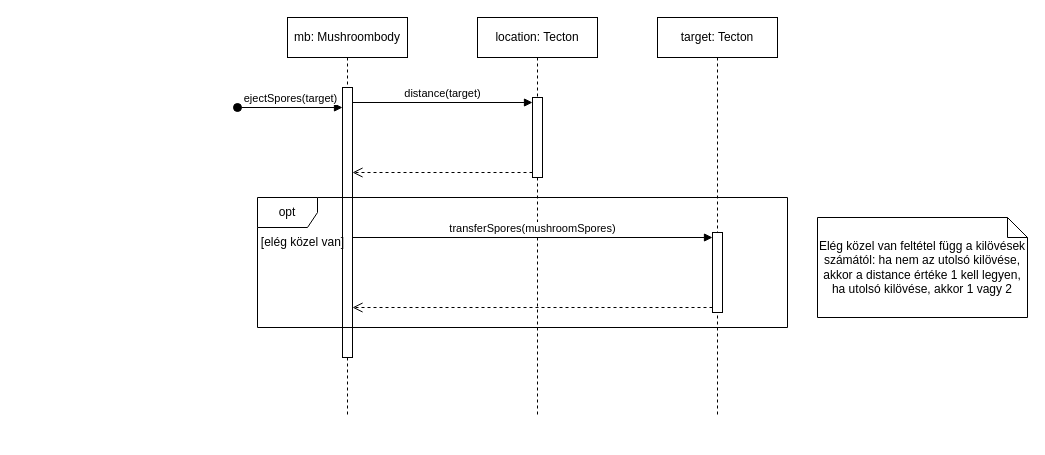
Before: page "MushroomBodyEject" (4 of 12) of Szekvencia_Diagrammok.drawio in koharzsombor/bandITs, a draw.io diagram. Source tidied: cells renumbered, new cells numbered last; positions are measured from the earlier drawing's top-left corner, leaving out a move shared by most shapes. Both pictures are drawn from the tidied source at 100%, with x=0, y=0 at pixel (237, 17).
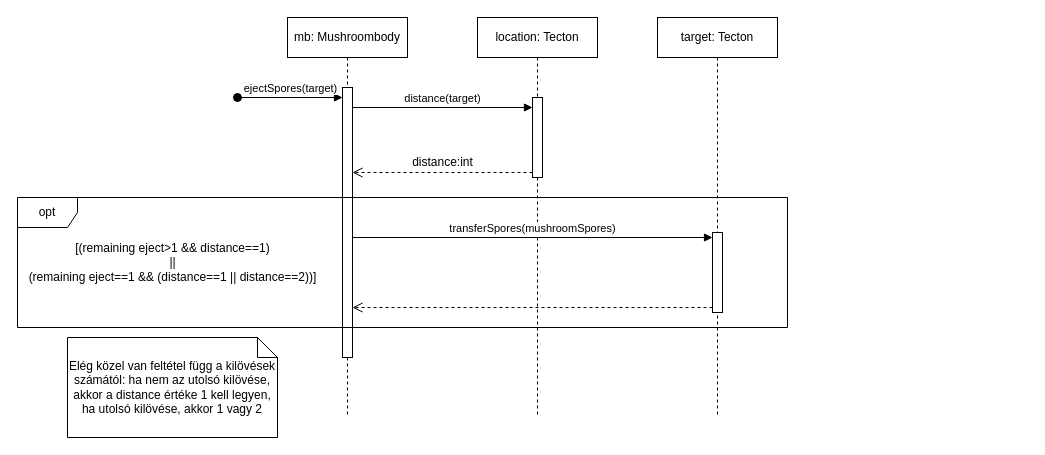
After the change.

The edit, as a diff of the source:
```diff
@@
 <mxGraphModel>
   <root>
     <mxCell id="0" />
     <mxCell id="1" parent="0" />
     <mxCell id="2" value="mb: Mushroombody" style="shape=umlLifeline;perimeter=lifelinePerimeter;whiteSpace=wrap;html=1;newEdgeStyle={&quot;curved&quot;:0,&quot;rounded&quot;:0};" parent="1" vertex="1">
       <mxGeometry x="50" width="120" height="400" as="geometry" />
     </mxCell>
     <mxCell id="3" style="html=1;points=[[0,0,0,0,5],[0,1,0,0,-5],[1,0,0,0,5],[1,1,0,0,-5]];perimeter=orthogonalPerimeter;outlineConnect=0;targetShapes=umlLifeline;portConstraint=eastwest;newEdgeStyle={&quot;curved&quot;:0,&quot;rounded&quot;:0};" parent="2" vertex="1">
       <mxGeometry x="55" y="70" width="10" height="270" as="geometry" />
     </mxCell>
     <mxCell id="4" value="target: Tecton" style="shape=umlLifeline;perimeter=lifelinePerimeter;whiteSpace=wrap;html=1;newEdgeStyle={&quot;curved&quot;:0,&quot;rounded&quot;:0};" parent="1" vertex="1">
       <mxGeometry x="420" width="120" height="400" as="geometry" />
     </mxCell>
     <mxCell id="5" value="location: Tecton" style="shape=umlLifeline;perimeter=lifelinePerimeter;whiteSpace=wrap;html=1;newEdgeStyle={&quot;curved&quot;:0,&quot;rounded&quot;:0};" parent="1" vertex="1">
       <mxGeometry x="240" width="120" height="400" as="geometry" />
     </mxCell>
     <mxCell id="6" style="html=1;points=[[0,0,0,0,5],[0,1,0,0,-5],[1,0,0,0,5],[1,1,0,0,-5]];perimeter=orthogonalPerimeter;outlineConnect=0;targetShapes=umlLifeline;portConstraint=eastwest;newEdgeStyle={&quot;curved&quot;:0,&quot;rounded&quot;:0};" parent="5" vertex="1">
       <mxGeometry x="55" y="80" width="10" height="80" as="geometry" />
     </mxCell>
-    <mxCell id="7" value="distance(target)" style="html=1;verticalAlign=bottom;endArrow=block;curved=0;rounded=0;entryX=0;entryY=0;entryDx=0;entryDy=5;" parent="1" edge="1" source="3" target="6">
-      <mxGeometry relative="1" as="geometry" />
+    <mxCell id="7" value="distance(target)" style="html=1;verticalAlign=bottom;endArrow=block;curved=0;rounded=0;entryX=0;entryY=0;entryDx=0;entryDy=5;" parent="1" edge="1">
+      <mxGeometry relative="1" as="geometry">
+        <mxPoint x="115" y="90" as="sourcePoint" />
+        <mxPoint x="295" y="90" as="targetPoint" />
+      </mxGeometry>
     </mxCell>
     <mxCell id="8" style="html=1;verticalAlign=bottom;endArrow=open;dashed=1;endSize=8;curved=0;rounded=0;exitX=0;exitY=1;exitDx=0;exitDy=-5;" parent="1" edge="1" source="6" target="3">
       <mxGeometry relative="1" as="geometry" />
     </mxCell>
     <mxCell id="9" value="&lt;div&gt;opt&lt;/div&gt;" style="shape=umlFrame;whiteSpace=wrap;html=1;" parent="1" vertex="1">
-      <mxGeometry x="20" y="180" width="530" height="130" as="geometry" />
+      <mxGeometry x="-220" y="180" width="770" height="130" as="geometry" />
     </mxCell>
-    <mxCell id="10" value="[elég közel van]" style="text;html=1;align=center;verticalAlign=middle;strokeColor=none;fillColor=none;" parent="1" vertex="1">
-      <mxGeometry x="10" y="210" width="110" height="30" as="geometry" />
+    <mxCell id="10" value="[(remaining eject&amp;gt;1 &amp;amp;&amp;amp; distance==1)&lt;div&gt;||&lt;/div&gt;&lt;div&gt;&lt;span style=&quot;background-color: transparent; color: light-dark(rgb(0, 0, 0), rgb(255, 255, 255));&quot;&gt;(remaining eject==1 &amp;amp;&amp;amp; (distance==1 || distance==2))&lt;/span&gt;]&lt;/div&gt;" style="text;html=1;align=center;verticalAlign=middle;strokeColor=none;fillColor=none;" parent="1" vertex="1">
+      <mxGeometry x="-220" y="215" width="310" height="60" as="geometry" />
     </mxCell>
     <mxCell id="11" style="html=1;points=[[0,0,0,0,5],[0,1,0,0,-5],[1,0,0,0,5],[1,1,0,0,-5]];perimeter=orthogonalPerimeter;outlineConnect=0;targetShapes=umlLifeline;portConstraint=eastwest;newEdgeStyle={&quot;curved&quot;:0,&quot;rounded&quot;:0};" parent="1" vertex="1">
       <mxGeometry x="475" y="215" width="10" height="80" as="geometry" />
     </mxCell>
     <mxCell id="12" value="transferSpores(mushroomSpores)" style="html=1;verticalAlign=bottom;endArrow=block;curved=0;rounded=0;entryX=0;entryY=0;entryDx=0;entryDy=5;" parent="1" edge="1" source="3" target="11">
       <mxGeometry relative="1" as="geometry" />
     </mxCell>
     <mxCell id="13" style="html=1;verticalAlign=bottom;endArrow=open;dashed=1;endSize=8;curved=0;rounded=0;exitX=0;exitY=1;exitDx=0;exitDy=-5;" parent="1" edge="1" source="11" target="3">
       <mxGeometry relative="1" as="geometry" />
     </mxCell>
     <mxCell id="14" value="ejectSpores(target)" style="html=1;verticalAlign=bottom;startArrow=oval;startFill=1;endArrow=block;startSize=8;curved=0;rounded=0;" parent="1" edge="1">
       <mxGeometry relative="1" as="geometry">
-        <mxPoint y="90" as="sourcePoint" />
-        <mxPoint x="105" y="90" as="targetPoint" />
+        <mxPoint y="80" as="sourcePoint" />
+        <mxPoint x="105" y="80" as="targetPoint" />
       </mxGeometry>
     </mxCell>
     <mxCell id="15" value="Elég közel van feltétel függ a kilövések számától: ha nem az utolsó kilövése, akkor a distance értéke 1 kell legyen, ha utolsó kilövése, akkor 1 vagy 2" style="shape=note;size=20;whiteSpace=wrap;html=1;" parent="1" vertex="1">
-      <mxGeometry x="580" y="200" width="210" height="100" as="geometry" />
+      <mxGeometry x="-170" y="320" width="210" height="100" as="geometry" />
     </mxCell>
+    <mxCell id="16" value="distance:int" style="text;html=1;align=center;verticalAlign=middle;strokeColor=none;fillColor=none;" parent="1" vertex="1">
+      <mxGeometry x="165" y="130" width="80" height="30" as="geometry" />
+    </mxCell>
   </root>
 </mxGraphModel>
```
